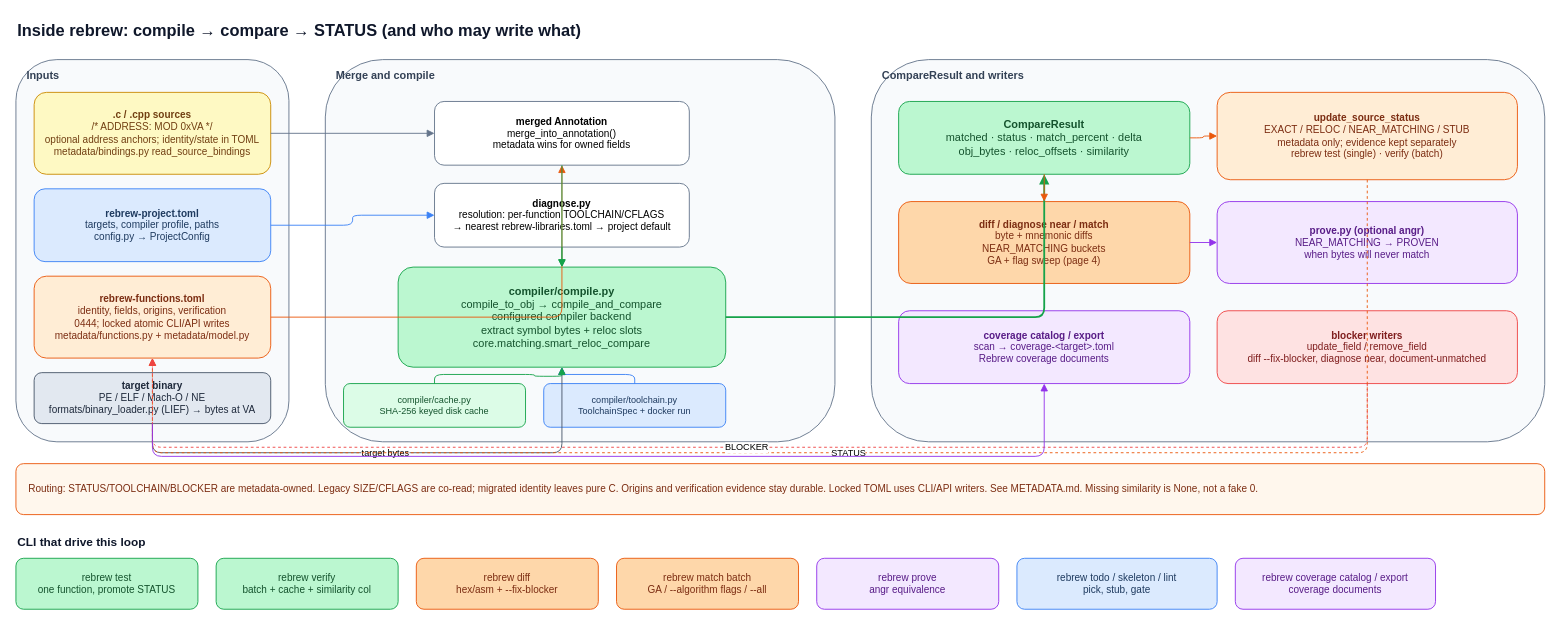
Earlier version of the draw.io diagram page "2. Compile-compare loop" (2 of 6) of docs/architecture.drawio (maci0/rebrew). Source tidied: cells renumbered, new cells numbered last; positions are measured from the earlier drawing's top-left corner, leaving out a move shared by most shapes. Both pictures are drawn from the tidied source at 91%, with x=0, y=0 at pixel (15, 15).
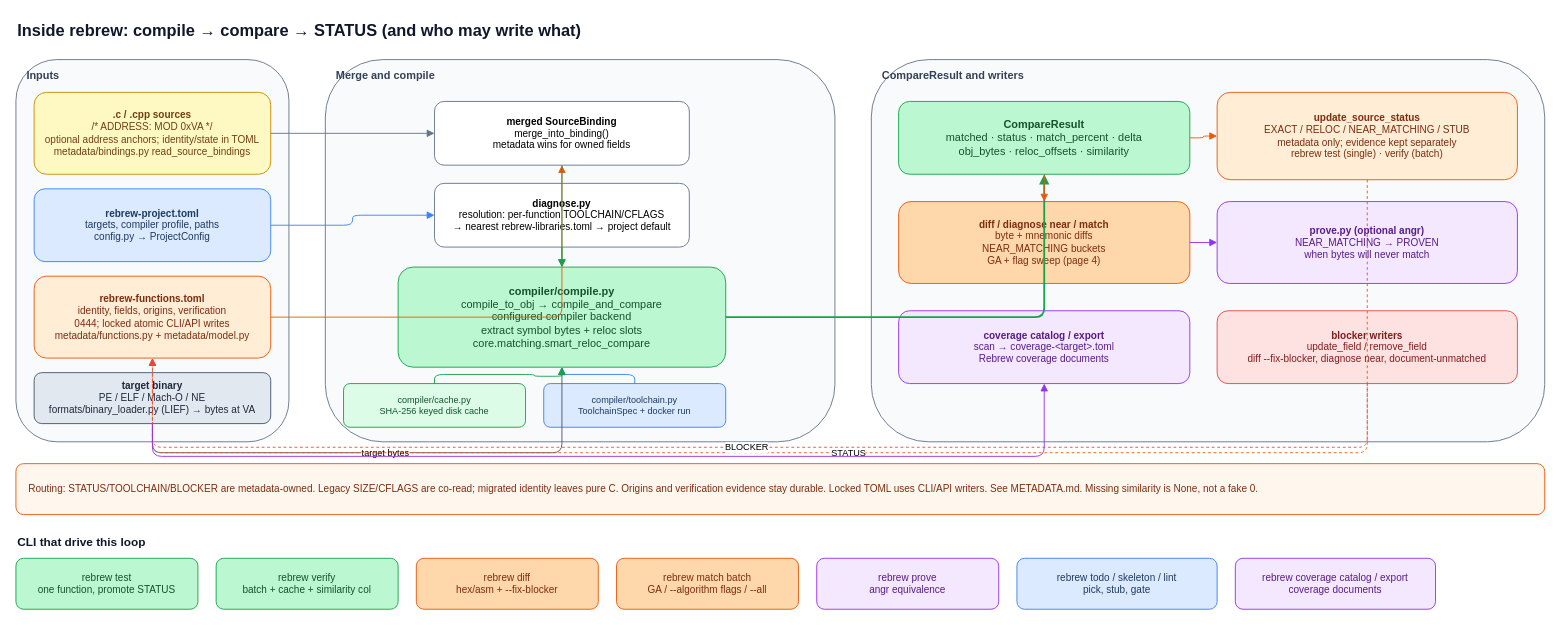
Above is the later version.

The edit, as a diff of the source:
```diff
@@
-    <mxCell id="9" value="&lt;b&gt;merged Annotation&lt;/b&gt;&lt;br&gt;merge_into_annotation()&lt;br&gt;metadata wins for owned fields" style="rounded=1;whiteSpace=wrap;html=1;fillColor=#ffffff;strokeColor=#64748b;align=center;fontSize=11;" parent="1" vertex="1">
+    <mxCell id="9" value="&lt;b&gt;merged SourceBinding&lt;/b&gt;&lt;br&gt;merge_into_binding()&lt;br&gt;metadata wins for owned fields" style="rounded=1;whiteSpace=wrap;html=1;fillColor=#ffffff;strokeColor=#64748b;align=center;fontSize=11;" parent="1" vertex="1">
       <mxGeometry x="460" y="94" width="280" height="70" as="geometry" />
     </mxCell>
```
